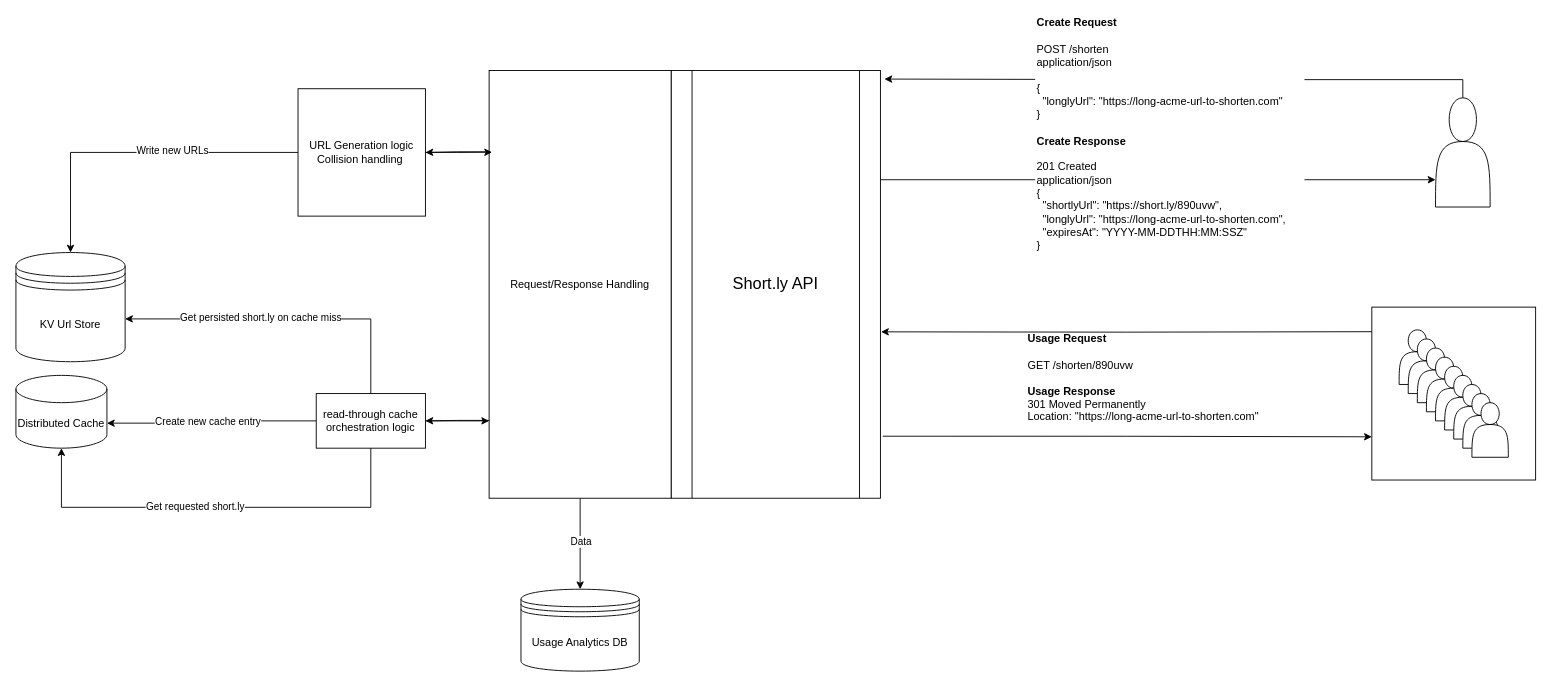
The draw.io diagram UrlShortener.drawio in shooreshi/draw.io, before the edit. Source tidied: cells renumbered, new cells numbered last; positions are measured from the earlier drawing's top-left corner, leaving out a move shared by most shapes. Both pictures are drawn from the tidied source at 91%, with x=0, y=0 at pixel (15, 15).
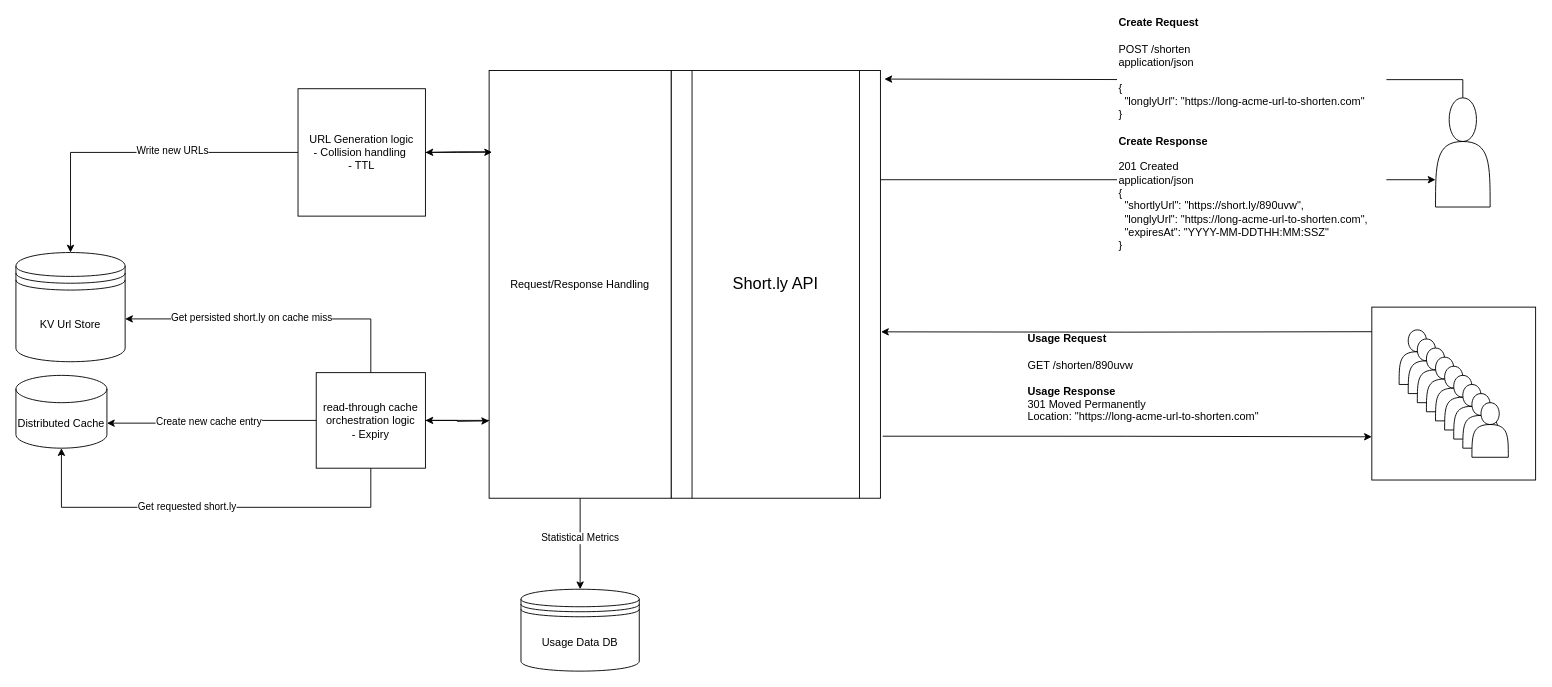
The same diagram, later.

The change refers to these unchanged cells:
```xml
<mxCell id="35" style="edgeStyle=orthogonalEdgeStyle;rounded=0;jettySize=auto;html=1;" parent="1" edge="1" source="39" target="34">
  <mxGeometry relative="1" as="geometry" />
</mxCell>
```

Change to the diagram source:
```diff
@@
     <mxCell id="19" value="&lt;div&gt;&lt;b&gt;Create Request&lt;/b&gt;&lt;/div&gt;&lt;div&gt;&lt;br&gt;&lt;/div&gt;&lt;div&gt;POST /shorten&lt;div&gt;application/json&lt;/div&gt;&lt;div&gt;&lt;br&gt;&lt;/div&gt;&lt;div&gt;{&lt;/div&gt;&lt;div&gt;&amp;nbsp; &quot;longlyUrl&quot;: &quot;https://long-acme-url-to-shorten.com&quot;&lt;/div&gt;&lt;div&gt;}&lt;/div&gt;&lt;/div&gt;&lt;div&gt;&lt;br&gt;&lt;/div&gt;&lt;div&gt;&lt;b&gt;Create Response&lt;/b&gt;&lt;/div&gt;&lt;div&gt;&lt;br&gt;&lt;/div&gt;201 Created&lt;div&gt;application/json&lt;/div&gt;&lt;div style=&quot;&quot;&gt;&lt;font style=&quot;font-size: 12px;&quot;&gt;{&lt;/font&gt;&lt;/div&gt;&lt;div style=&quot;&quot;&gt;&lt;font style=&quot;font-size: 12px;&quot;&gt;&amp;nbsp; &quot;shortlyUrl&quot;: &quot;https://short.ly/890uvw&quot;,&lt;/font&gt;&lt;/div&gt;&lt;div style=&quot;&quot;&gt;&lt;font style=&quot;font-size: 12px;&quot;&gt;&amp;nbsp; &quot;longlyUrl&quot;: &quot;https://long-acme-url-to-shorten.com&quot;,&lt;/font&gt;&lt;/div&gt;&lt;div style=&quot;&quot;&gt;&lt;font style=&quot;font-size: 12px;&quot;&gt;&amp;nbsp; &quot;expiresAt&quot;: &quot;YYYY-MM-DDTHH:MM:SSZ&quot;&amp;nbsp;&lt;/font&gt;&lt;/div&gt;&lt;div style=&quot;&quot;&gt;&lt;font style=&quot;font-size: 12px;&quot;&gt;}&lt;/font&gt;&lt;/div&gt;" style="text;html=1;align=left;verticalAlign=middle;whiteSpace=wrap;rounded=0;fillColor=default;" parent="1" vertex="1">
-      <mxGeometry x="1120" width="296" height="260" as="geometry" />
+      <mxGeometry x="1210" width="296" height="260" as="geometry" />
     </mxCell>
@@
-    <mxCell id="25" value="URL Generation logic&lt;div&gt;Collision handling&lt;span style=&quot;background-color: initial;&quot;&gt;&amp;nbsp;&lt;/span&gt;&lt;/div&gt;" style="rounded=0;whiteSpace=wrap;html=1;" parent="1" vertex="1">
+    <mxCell id="25" value="URL Generation logic&lt;div&gt;- Collision handling&lt;span style=&quot;background-color: initial;&quot;&gt;&amp;nbsp;&lt;/span&gt;&lt;/div&gt;&lt;div&gt;&lt;span style=&quot;background-color: initial;&quot;&gt;- TTL&lt;/span&gt;&lt;/div&gt;" style="rounded=0;whiteSpace=wrap;html=1;" parent="1" vertex="1">
       <mxGeometry x="310" y="80" width="140" height="140" as="geometry" />
     </mxCell>
@@
-    <mxCell id="27" value="read-through cache orchestration logic" style="rounded=0;whiteSpace=wrap;html=1;" parent="1" vertex="1">
-      <mxGeometry x="330" y="415" width="120" height="60" as="geometry" />
+    <mxCell id="27" value="read-through cache orchestration logic&lt;div&gt;- Expiry&lt;/div&gt;" style="rounded=0;whiteSpace=wrap;html=1;" parent="1" vertex="1">
+      <mxGeometry x="330" y="392" width="120" height="105" as="geometry" />
     </mxCell>
@@
-    <mxCell id="34" value="Usage Analytics DB" style="shape=datastore;whiteSpace=wrap;html=1;" parent="1" vertex="1">
+    <mxCell id="34" value="Usage Data DB" style="shape=datastore;whiteSpace=wrap;html=1;" parent="1" vertex="1">
       <mxGeometry x="555" y="630" width="130" height="90" as="geometry" />
     </mxCell>
@@
-    <mxCell id="36" value="Data" style="edgeLabel;html=1;align=center;verticalAlign=middle;" parent="35" vertex="1">
-      <mxGeometry x="-0.06" relative="1" as="geometry" />
-    </mxCell>
+    <mxCell id="41" value="Statistical Metrics" style="edgeLabel;html=1;align=center;verticalAlign=middle;" parent="35" vertex="1">
+      <mxGeometry x="-0.15" y="-1" relative="1" as="geometry" />
+    </mxCell>
```
